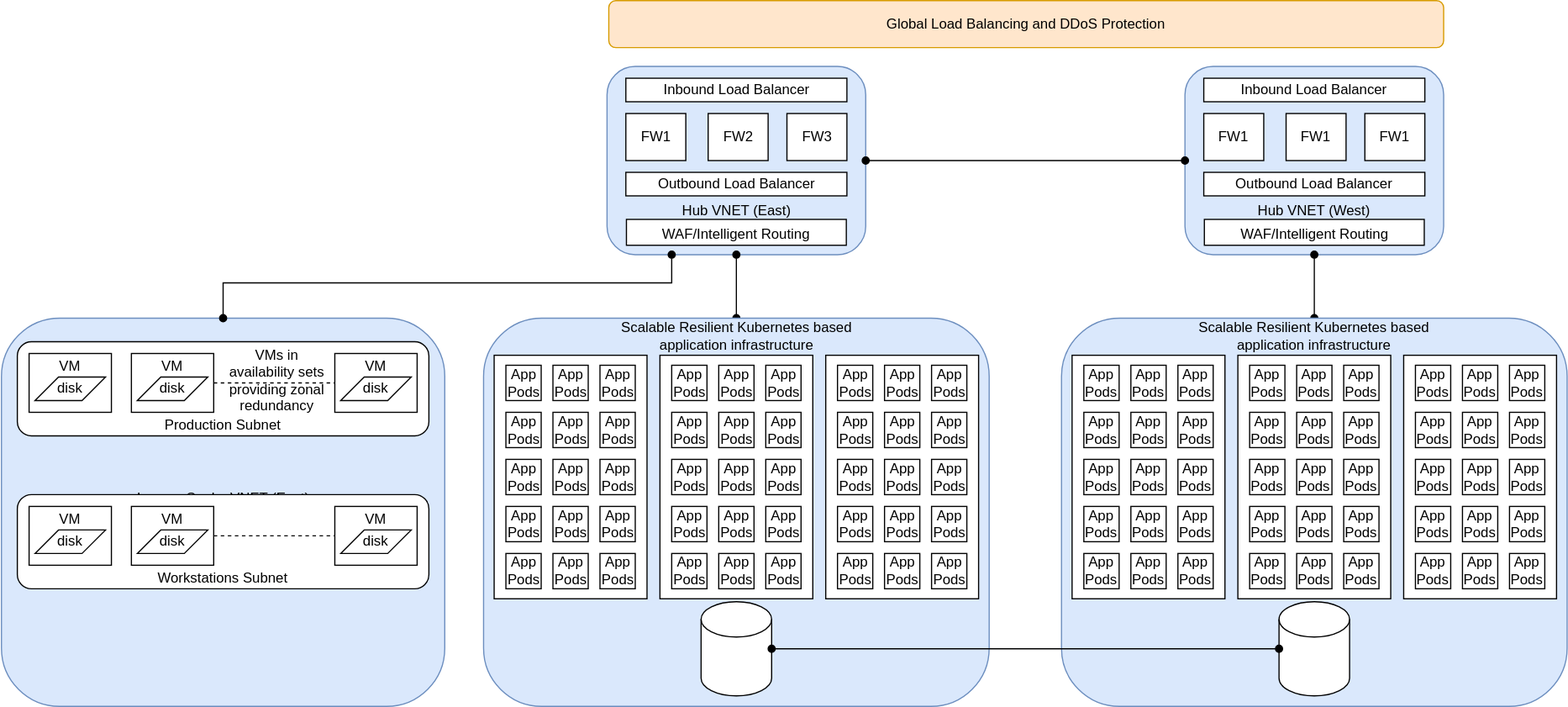
Earlier version of the draw.io export dr/futurestate.svg (vjavle/invoicecloud). Source tidied: cells renumbered, new cells last; positions are measured from the earlier drawing's top-left corner, leaving out a move shared by most shapes.
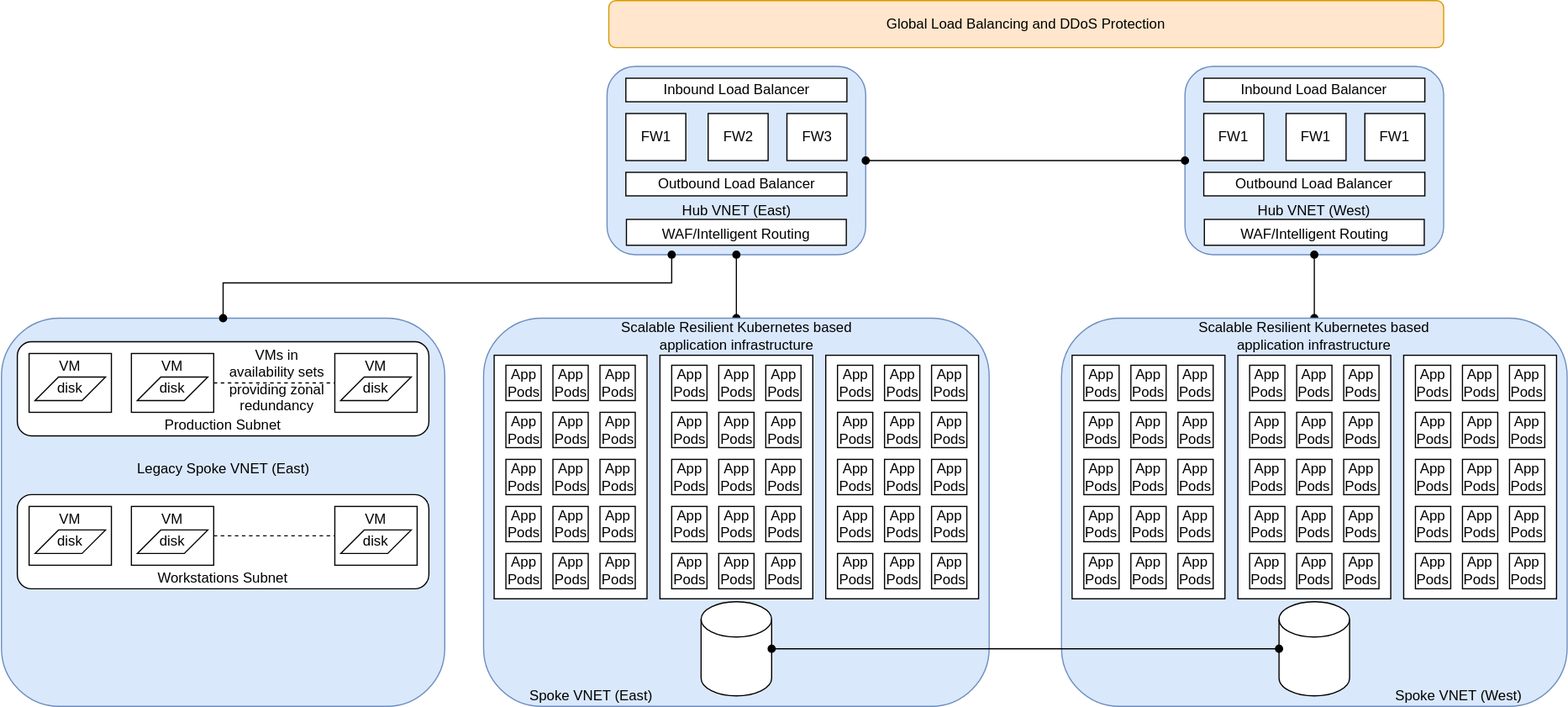
Later version of the same file.

What changed in the source:
```diff
@@ -62,7 +62,7 @@
     <mxCell id="21" style="edgeStyle=orthogonalEdgeStyle;rounded=0;jettySize=auto;html=1;startArrow=oval;startFill=1;endArrow=oval;endFill=1;" parent="1" edge="1" source="12" target="166">
       <mxGeometry relative="1" as="geometry" />
     </mxCell>
-    <mxCell id="22" value="Legacy Spoke VNET (East)" style="rounded=1;whiteSpace=wrap;html=1;spacingTop=-25;fillColor=#dae8fc;strokeColor=#6c8ebf;" parent="1" vertex="1">
+    <mxCell id="22" value="Legacy Spoke VNET (East)" style="rounded=1;whiteSpace=wrap;html=1;spacingTop=-75;fillColor=#dae8fc;strokeColor=#6c8ebf;" parent="1" vertex="1">
       <mxGeometry x="-0.5" y="270" width="377" height="330" as="geometry" />
     </mxCell>
     <mxCell id="23" style="group;" parent="1" vertex="1">
@@ -143,10 +143,10 @@
     <mxCell id="48" style="edgeStyle=orthogonalEdgeStyle;rounded=0;jettySize=auto;html=1;endArrow=none;endFill=0;dashed=1;" parent="37" edge="1" source="43" target="46">
       <mxGeometry x="140" y="320" as="geometry" />
     </mxCell>
-    <mxCell id="49" style="group;" parent="1" vertex="1">
+    <mxCell id="49" style="group;verticalAlign=bottom;" parent="1" vertex="1">
       <mxGeometry x="409.5" y="270" width="430" height="330" as="geometry" />
     </mxCell>
-    <mxCell id="50" value="Spoke VNET (East)" style="rounded=1;whiteSpace=wrap;html=1;spacingTop=-25;fillColor=#dae8fc;strokeColor=#6c8ebf;" parent="49" vertex="1">
+    <mxCell id="50" value="Spoke VNET (East)" style="rounded=1;whiteSpace=wrap;html=1;spacingTop=-25;fillColor=#dae8fc;strokeColor=#6c8ebf;verticalAlign=bottom;align=left;spacingLeft=37;" parent="49" vertex="1">
       <mxGeometry width="430" height="330" as="geometry" />
     </mxCell>
     <mxCell id="51" style="group;" parent="49" vertex="1">
@@ -323,7 +323,7 @@
     <mxCell id="108" style="group;" parent="1" vertex="1">
       <mxGeometry x="901" y="270" width="430" height="330" as="geometry" />
     </mxCell>
-    <mxCell id="109" value="Spoke VNET (East)" style="rounded=1;whiteSpace=wrap;html=1;spacingTop=-25;fillColor=#dae8fc;strokeColor=#6c8ebf;" parent="108" vertex="1">
+    <mxCell id="109" value="Spoke VNET (West)" style="rounded=1;whiteSpace=wrap;html=1;spacingTop=-25;fillColor=#dae8fc;strokeColor=#6c8ebf;verticalAlign=bottom;spacingRight=-246;" parent="108" vertex="1">
       <mxGeometry width="430" height="330" as="geometry" />
     </mxCell>
     <mxCell id="110" style="group;" parent="108" vertex="1">
```
